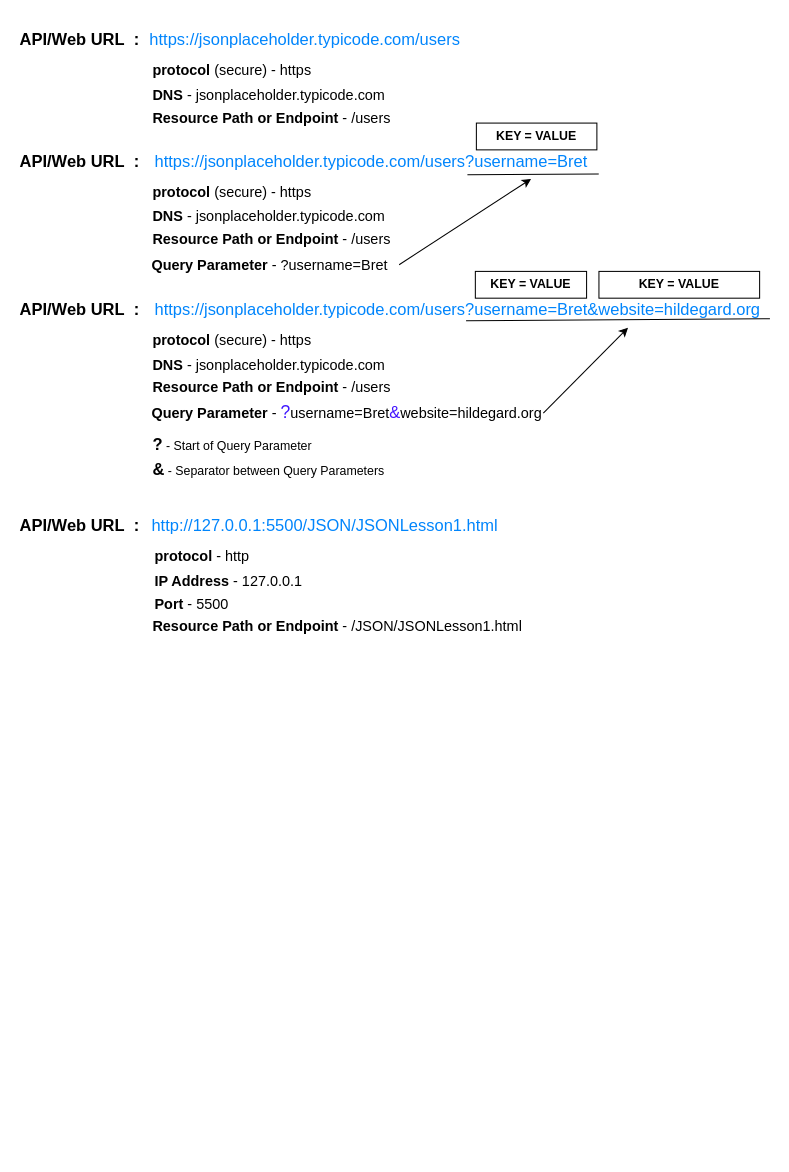
Above: page "Real API URLs" (8 of 15) of JS Client Server.drawio in phyowaihtoon/JavaScriptCourse-Batch1 (draw.io), before the change. Source tidied: cells renumbered, new cells numbered last; positions are measured from the earlier drawing's top-left corner, leaving out a move shared by most shapes. Both pictures are drawn from the tidied source at 103%, with x=0, y=0 at pixel (18, 18).
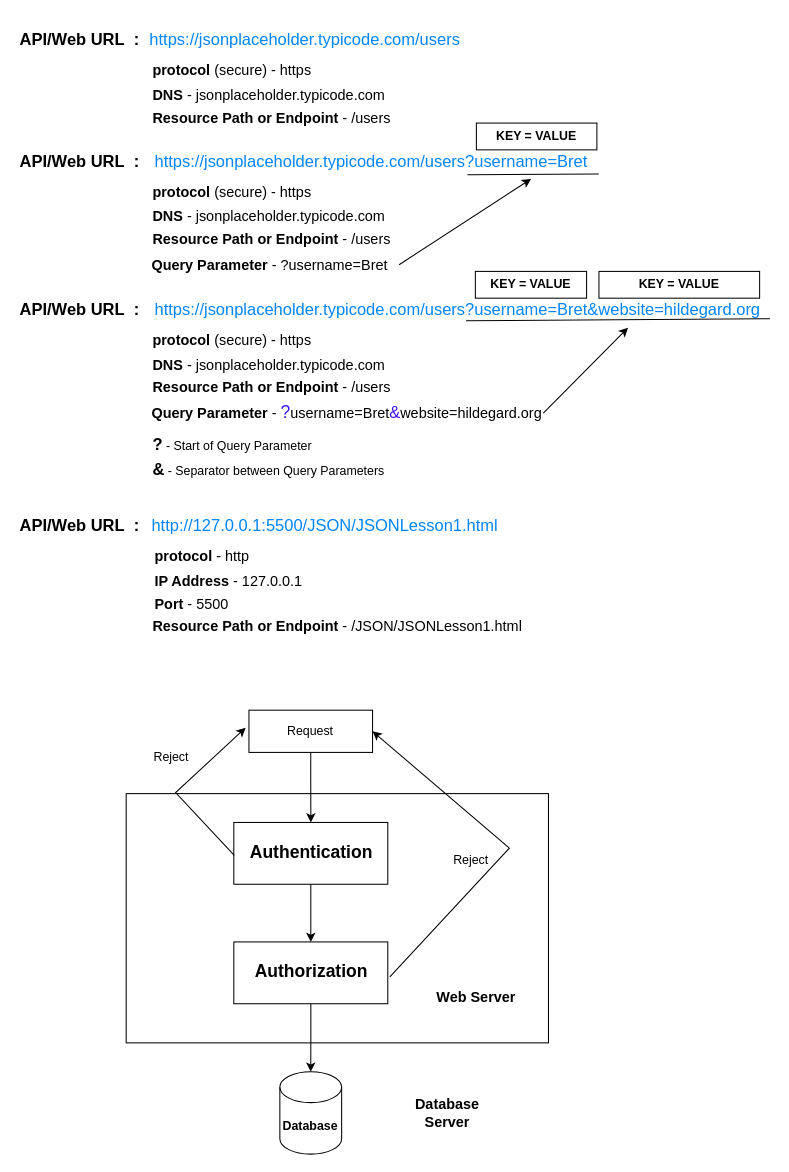
The same diagram, later.

Diff of the diagram source:
```diff
@@
+    <mxCell id="34" style="rounded=0;whiteSpace=wrap;html=1;" parent="1" vertex="1">
+      <mxGeometry x="105" y="753" width="410" height="242" as="geometry" />
+    </mxCell>
@@
+    <mxCell id="35" style="edgeStyle=orthogonalEdgeStyle;rounded=0;jettySize=auto;html=1;" parent="1" edge="1" source="36" target="40">
+      <mxGeometry relative="1" as="geometry" />
+    </mxCell>
+    <mxCell id="36" value="&lt;b&gt;&lt;font style=&quot;font-size: 17px;&quot;&gt;Authentication&lt;/font&gt;&lt;/b&gt;" style="rounded=0;whiteSpace=wrap;html=1;" parent="1" vertex="1">
+      <mxGeometry x="209.5" y="781" width="149.5" height="60" as="geometry" />
+    </mxCell>
+    <mxCell id="37" style="edgeStyle=orthogonalEdgeStyle;rounded=0;jettySize=auto;html=1;" parent="1" edge="1" source="38" target="36">
+      <mxGeometry relative="1" as="geometry" />
+    </mxCell>
+    <mxCell id="38" value="Request" style="rounded=0;whiteSpace=wrap;html=1;" parent="1" vertex="1">
+      <mxGeometry x="224.2" y="672" width="120" height="41" as="geometry" />
+    </mxCell>
+    <mxCell id="39" style="edgeStyle=orthogonalEdgeStyle;rounded=0;jettySize=auto;html=1;" parent="1" edge="1" source="40" target="43">
+      <mxGeometry relative="1" as="geometry" />
+    </mxCell>
+    <mxCell id="40" value="&lt;b&gt;&lt;font style=&quot;font-size: 17px;&quot;&gt;Authorization&lt;/font&gt;&lt;/b&gt;" style="rounded=0;whiteSpace=wrap;html=1;" parent="1" vertex="1">
+      <mxGeometry x="209.5" y="897" width="149.5" height="60" as="geometry" />
+    </mxCell>
+    <mxCell id="41" style="endArrow=classic;html=1;rounded=0;entryX=1;entryY=0.5;entryDx=0;entryDy=0;" parent="1" edge="1" target="38">
+      <mxGeometry relative="1" as="geometry">
+        <mxPoint x="361" y="931" as="sourcePoint" />
+        <Array as="points">
+          <mxPoint x="477" y="806" />
+        </Array>
+      </mxGeometry>
+    </mxCell>
+    <mxCell id="42" style="endArrow=classic;html=1;rounded=0;exitX=0.003;exitY=0.533;exitDx=0;exitDy=0;exitPerimeter=0;" parent="1" edge="1" source="36">
+      <mxGeometry relative="1" as="geometry">
+        <mxPoint x="221" y="689" as="targetPoint" />
+        <Array as="points">
+          <mxPoint x="153" y="752" />
+        </Array>
+      </mxGeometry>
+    </mxCell>
+    <mxCell id="43" value="&lt;b&gt;Database&lt;/b&gt;" style="shape=cylinder3;whiteSpace=wrap;html=1;boundedLbl=1;backgroundOutline=1;size=15;" parent="1" vertex="1">
+      <mxGeometry x="254.2" y="1023" width="60" height="80" as="geometry" />
+    </mxCell>
+    <mxCell id="44" value="Web Server" style="text;html=1;whiteSpace=wrap;strokeColor=none;fillColor=none;align=center;verticalAlign=middle;rounded=0;fontStyle=1;fontSize=14;" parent="1" vertex="1">
+      <mxGeometry x="397.5" y="936" width="93.5" height="30" as="geometry" />
+    </mxCell>
+    <mxCell id="45" value="Database Server" style="text;html=1;whiteSpace=wrap;strokeColor=none;fillColor=none;align=center;verticalAlign=middle;rounded=0;fontStyle=1;fontSize=14;" parent="1" vertex="1">
+      <mxGeometry x="370" y="1048" width="93.5" height="30" as="geometry" />
+    </mxCell>
+    <mxCell id="46" value="Reject" style="text;html=1;whiteSpace=wrap;strokeColor=none;fillColor=none;align=center;verticalAlign=middle;rounded=0;" parent="1" vertex="1">
+      <mxGeometry x="119" y="703" width="60" height="30" as="geometry" />
+    </mxCell>
+    <mxCell id="47" value="Reject" style="text;html=1;whiteSpace=wrap;strokeColor=none;fillColor=none;align=center;verticalAlign=middle;rounded=0;" parent="1" vertex="1">
+      <mxGeometry x="410" y="803" width="60" height="30" as="geometry" />
+    </mxCell>
```
